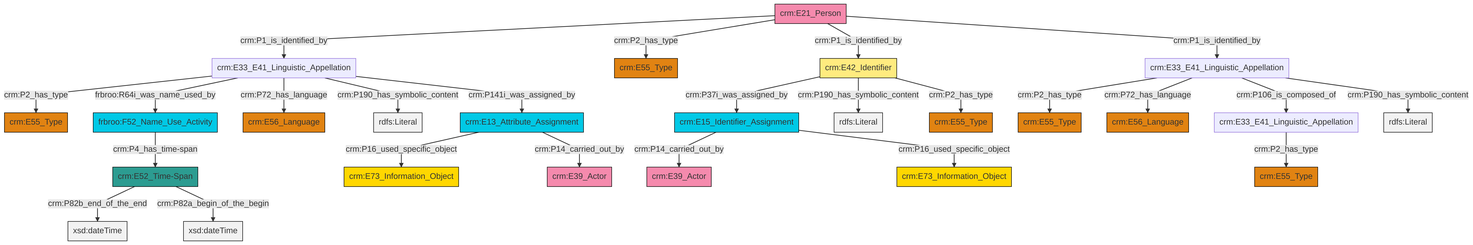
swiss-art-research-net/docs.swissartresearch keeps this Mermaid diagram as et/personCSV/ttl/mmd/png/Person_Names_and_Classification.png. Above is the earlier version. Its source is kept beside it as et/personCSV/ttl/mmd/Person_Names_and_Classification.ttl.mmd.
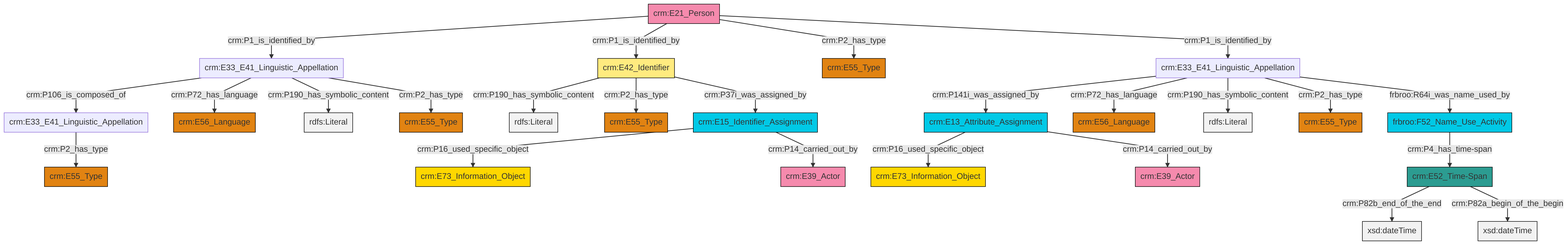
After the change.

What changed in the source:
```diff
@@ -13,27 +13,27 @@
 classDef PC_Classes fill:#4ce600, stroke:#000000;
 classDef Multi fill:#cccccc,stroke:#000000;
 
-2["frbroo:F52_Name_Use_Activity"]:::Temporal_Entity -->|crm:P4_has_time-span| 3["crm:E52_Time-Span"]:::Time-Span
-6["crm:E15_Identifier_Assignment"]:::Temporal_Entity -->|crm:P14_carried_out_by| 7["crm:E39_Actor"]:::Actor
-8["crm:E21_Person"]:::Actor -->|crm:P1_is_identified_by| 9["crm:E33_E41_Linguistic_Appellation"]:::Default
-11["crm:E13_Attribute_Assignment"]:::Temporal_Entity -->|crm:P16_used_specific_object| 12["crm:E73_Information_Object"]:::Conceptual_Object
-6["crm:E15_Identifier_Assignment"]:::Temporal_Entity -->|crm:P16_used_specific_object| 13["crm:E73_Information_Object"]:::Conceptual_Object
-8["crm:E21_Person"]:::Actor -->|crm:P2_has_type| 14["crm:E55_Type"]:::Type
-3["crm:E52_Time-Span"]:::Time-Span -->|crm:P82b_end_of_the_end| 15[xsd:dateTime]:::Literal
-4["crm:E42_Identifier"]:::Appellation -->|crm:P37i_was_assigned_by| 6["crm:E15_Identifier_Assignment"]:::Temporal_Entity
-8["crm:E21_Person"]:::Actor -->|crm:P1_is_identified_by| 4["crm:E42_Identifier"]:::Appellation
-16["crm:E33_E41_Linguistic_Appellation"]:::Default -->|crm:P2_has_type| 17["crm:E55_Type"]:::Type
-4["crm:E42_Identifier"]:::Appellation -->|crm:P190_has_symbolic_content| 25[rdfs:Literal]:::Literal
-9["crm:E33_E41_Linguistic_Appellation"]:::Default -->|crm:P2_has_type| 18["crm:E55_Type"]:::Type
-29["crm:E33_E41_Linguistic_Appellation"]:::Default -->|crm:P2_has_type| 0["crm:E55_Type"]:::Type
-9["crm:E33_E41_Linguistic_Appellation"]:::Default -->|frbroo:R64i_was_name_used_by| 2["frbroo:F52_Name_Use_Activity"]:::Temporal_Entity
-3["crm:E52_Time-Span"]:::Time-Span -->|crm:P82a_begin_of_the_begin| 32[xsd:dateTime]:::Literal
-16["crm:E33_E41_Linguistic_Appellation"]:::Default -->|crm:P72_has_language| 35["crm:E56_Language"]:::Type
-9["crm:E33_E41_Linguistic_Appellation"]:::Default -->|crm:P72_has_language| 36["crm:E56_Language"]:::Type
-11["crm:E13_Attribute_Assignment"]:::Temporal_Entity -->|crm:P14_carried_out_by| 21["crm:E39_Actor"]:::Actor
-8["crm:E21_Person"]:::Actor -->|crm:P1_is_identified_by| 16["crm:E33_E41_Linguistic_Appellation"]:::Default
-4["crm:E42_Identifier"]:::Appellation -->|crm:P2_has_type| 26["crm:E55_Type"]:::Type
-16["crm:E33_E41_Linguistic_Appellation"]:::Default -->|crm:P106_is_composed_of| 29["crm:E33_E41_Linguistic_Appellation"]:::Default
-16["crm:E33_E41_Linguistic_Appellation"]:::Default -->|crm:P190_has_symbolic_content| 44[rdfs:Literal]:::Literal
-9["crm:E33_E41_Linguistic_Appellation"]:::Default -->|crm:P190_has_symbolic_content| 45[rdfs:Literal]:::Literal
-9["crm:E33_E41_Linguistic_Appellation"]:::Default -->|crm:P141i_was_assigned_by| 11["crm:E13_Attribute_Assignment"]:::Temporal_Entity
+0["crm:E21_Person"]:::Actor -->|crm:P1_is_identified_by| 6["crm:E33_E41_Linguistic_Appellation"]:::Default
+7["crm:E33_E41_Linguistic_Appellation"]:::Default -->|crm:P141i_was_assigned_by| 8["crm:E13_Attribute_Assignment"]:::Temporal_Entity
+6["crm:E33_E41_Linguistic_Appellation"]:::Default -->|crm:P106_is_composed_of| 2["crm:E33_E41_Linguistic_Appellation"]:::Default
+7["crm:E33_E41_Linguistic_Appellation"]:::Default -->|crm:P72_has_language| 10["crm:E56_Language"]:::Type
+7["crm:E33_E41_Linguistic_Appellation"]:::Default -->|crm:P190_has_symbolic_content| 11[rdfs:Literal]:::Literal
+4["crm:E42_Identifier"]:::Appellation -->|crm:P190_has_symbolic_content| 12[rdfs:Literal]:::Literal
+16["crm:E15_Identifier_Assignment"]:::Temporal_Entity -->|crm:P16_used_specific_object| 17["crm:E73_Information_Object"]:::Conceptual_Object
+6["crm:E33_E41_Linguistic_Appellation"]:::Default -->|crm:P72_has_language| 18["crm:E56_Language"]:::Type
+7["crm:E33_E41_Linguistic_Appellation"]:::Default -->|crm:P2_has_type| 22["crm:E55_Type"]:::Type
+0["crm:E21_Person"]:::Actor -->|crm:P1_is_identified_by| 4["crm:E42_Identifier"]:::Appellation
+6["crm:E33_E41_Linguistic_Appellation"]:::Default -->|crm:P190_has_symbolic_content| 24[rdfs:Literal]:::Literal
+4["crm:E42_Identifier"]:::Appellation -->|crm:P2_has_type| 25["crm:E55_Type"]:::Type
+4["crm:E42_Identifier"]:::Appellation -->|crm:P37i_was_assigned_by| 16["crm:E15_Identifier_Assignment"]:::Temporal_Entity
+14["frbroo:F52_Name_Use_Activity"]:::Temporal_Entity -->|crm:P4_has_time-span| 26["crm:E52_Time-Span"]:::Time-Span
+0["crm:E21_Person"]:::Actor -->|crm:P2_has_type| 27["crm:E55_Type"]:::Type
+26["crm:E52_Time-Span"]:::Time-Span -->|crm:P82b_end_of_the_end| 35[xsd:dateTime]:::Literal
+8["crm:E13_Attribute_Assignment"]:::Temporal_Entity -->|crm:P16_used_specific_object| 38["crm:E73_Information_Object"]:::Conceptual_Object
+8["crm:E13_Attribute_Assignment"]:::Temporal_Entity -->|crm:P14_carried_out_by| 36["crm:E39_Actor"]:::Actor
+0["crm:E21_Person"]:::Actor -->|crm:P1_is_identified_by| 7["crm:E33_E41_Linguistic_Appellation"]:::Default
+16["crm:E15_Identifier_Assignment"]:::Temporal_Entity -->|crm:P14_carried_out_by| 20["crm:E39_Actor"]:::Actor
+26["crm:E52_Time-Span"]:::Time-Span -->|crm:P82a_begin_of_the_begin| 46[xsd:dateTime]:::Literal
+7["crm:E33_E41_Linguistic_Appellation"]:::Default -->|frbroo:R64i_was_name_used_by| 14["frbroo:F52_Name_Use_Activity"]:::Temporal_Entity
+6["crm:E33_E41_Linguistic_Appellation"]:::Default -->|crm:P2_has_type| 29["crm:E55_Type"]:::Type
+2["crm:E33_E41_Linguistic_Appellation"]:::Default -->|crm:P2_has_type| 33["crm:E55_Type"]:::Type
```
